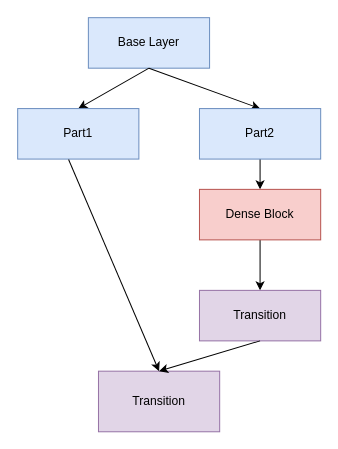
Before: 4.drawio in bxhsort/code-of-learn-deep-learning-with-pytorch, a draw.io diagram. Source tidied: cells renumbered, new cells numbered last; positions are measured from the earlier drawing's top-left corner, leaving out a move shared by most shapes. Both pictures are drawn from the tidied source at 101%, with x=0, y=0 at pixel (17, 17).
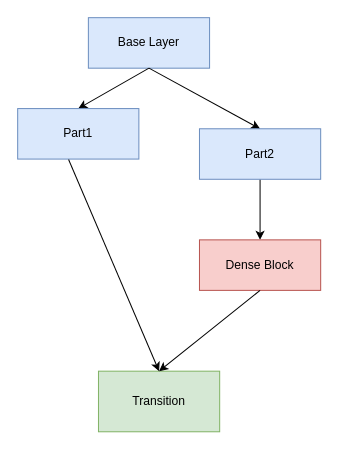
After the change.

What changed in the source:
```diff
@@
 <mxGraphModel>
   <root>
     <mxCell id="0" />
     <mxCell id="1" parent="0" />
     <mxCell id="2" value="Base Layer" style="rounded=0;whiteSpace=wrap;html=1;fillColor=#dae8fc;strokeColor=#6c8ebf;" parent="1" vertex="1">
       <mxGeometry x="70" width="120" height="50" as="geometry" />
     </mxCell>
     <mxCell id="3" style="endArrow=classic;html=1;rounded=0;exitX=0.5;exitY=1;exitDx=0;exitDy=0;" parent="1" edge="1" source="2">
       <mxGeometry relative="1" as="geometry">
         <mxPoint x="60" y="90" as="targetPoint" />
       </mxGeometry>
     </mxCell>
     <mxCell id="4" style="endArrow=classic;html=1;rounded=0;entryX=0.5;entryY=0;entryDx=0;entryDy=0;" parent="1" edge="1" target="7">
       <mxGeometry relative="1" as="geometry">
         <mxPoint x="130" y="50" as="sourcePoint" />
       </mxGeometry>
     </mxCell>
     <mxCell id="5" value="Part1" style="rounded=0;whiteSpace=wrap;html=1;fillColor=#dae8fc;strokeColor=#6c8ebf;" parent="1" vertex="1">
       <mxGeometry y="90" width="120" height="50" as="geometry" />
     </mxCell>
     <mxCell id="6" style="edgeStyle=orthogonalEdgeStyle;rounded=0;jettySize=auto;html=1;" parent="1" edge="1" source="7" target="9">
       <mxGeometry relative="1" as="geometry" />
     </mxCell>
     <mxCell id="7" value="Part2" style="rounded=0;whiteSpace=wrap;html=1;fillColor=#dae8fc;strokeColor=#6c8ebf;" parent="1" vertex="1">
-      <mxGeometry x="180" y="90" width="120" height="50" as="geometry" />
+      <mxGeometry x="180" y="110" width="120" height="50" as="geometry" />
     </mxCell>
-    <mxCell id="8" style="edgeStyle=orthogonalEdgeStyle;rounded=0;jettySize=auto;html=1;" parent="1" edge="1" source="9" target="10">
-      <mxGeometry relative="1" as="geometry" />
-    </mxCell>
     <mxCell id="9" value="Dense Block" style="rounded=0;whiteSpace=wrap;html=1;fillColor=#f8cecc;strokeColor=#b85450;" parent="1" vertex="1">
-      <mxGeometry x="180" y="170" width="120" height="50" as="geometry" />
+      <mxGeometry x="180" y="220" width="120" height="50" as="geometry" />
     </mxCell>
-    <mxCell id="10" value="Transition" style="rounded=0;whiteSpace=wrap;html=1;fillColor=#e1d5e7;strokeColor=#9673a6;" parent="1" vertex="1">
-      <mxGeometry x="180" y="270" width="120" height="50" as="geometry" />
-    </mxCell>
-    <mxCell id="11" value="Transition" style="rounded=0;whiteSpace=wrap;html=1;fillColor=#e1d5e7;strokeColor=#9673a6;" parent="1" vertex="1">
+    <mxCell id="11" value="Transition" style="rounded=0;whiteSpace=wrap;html=1;fillColor=#d5e8d4;strokeColor=#82b366;" parent="1" vertex="1">
       <mxGeometry x="80" y="350" width="120" height="60" as="geometry" />
     </mxCell>
     <mxCell id="12" style="endArrow=classic;html=1;rounded=0;exitX=0.42;exitY=1.008;exitDx=0;exitDy=0;exitPerimeter=0;entryX=0.5;entryY=0;entryDx=0;entryDy=0;" parent="1" edge="1" source="5" target="11">
       <mxGeometry relative="1" as="geometry" />
     </mxCell>
-    <mxCell id="13" style="endArrow=classic;html=1;rounded=0;exitX=0.5;exitY=1;exitDx=0;exitDy=0;entryX=0.5;entryY=0;entryDx=0;entryDy=0;" parent="1" edge="1" source="10" target="11">
+    <mxCell id="13" style="endArrow=classic;html=1;rounded=0;exitX=0.5;exitY=1;exitDx=0;exitDy=0;entryX=0.5;entryY=0;entryDx=0;entryDy=0;" parent="1" edge="1" source="9" target="11">
       <mxGeometry relative="1" as="geometry" />
     </mxCell>
   </root>
 </mxGraphModel>
```
